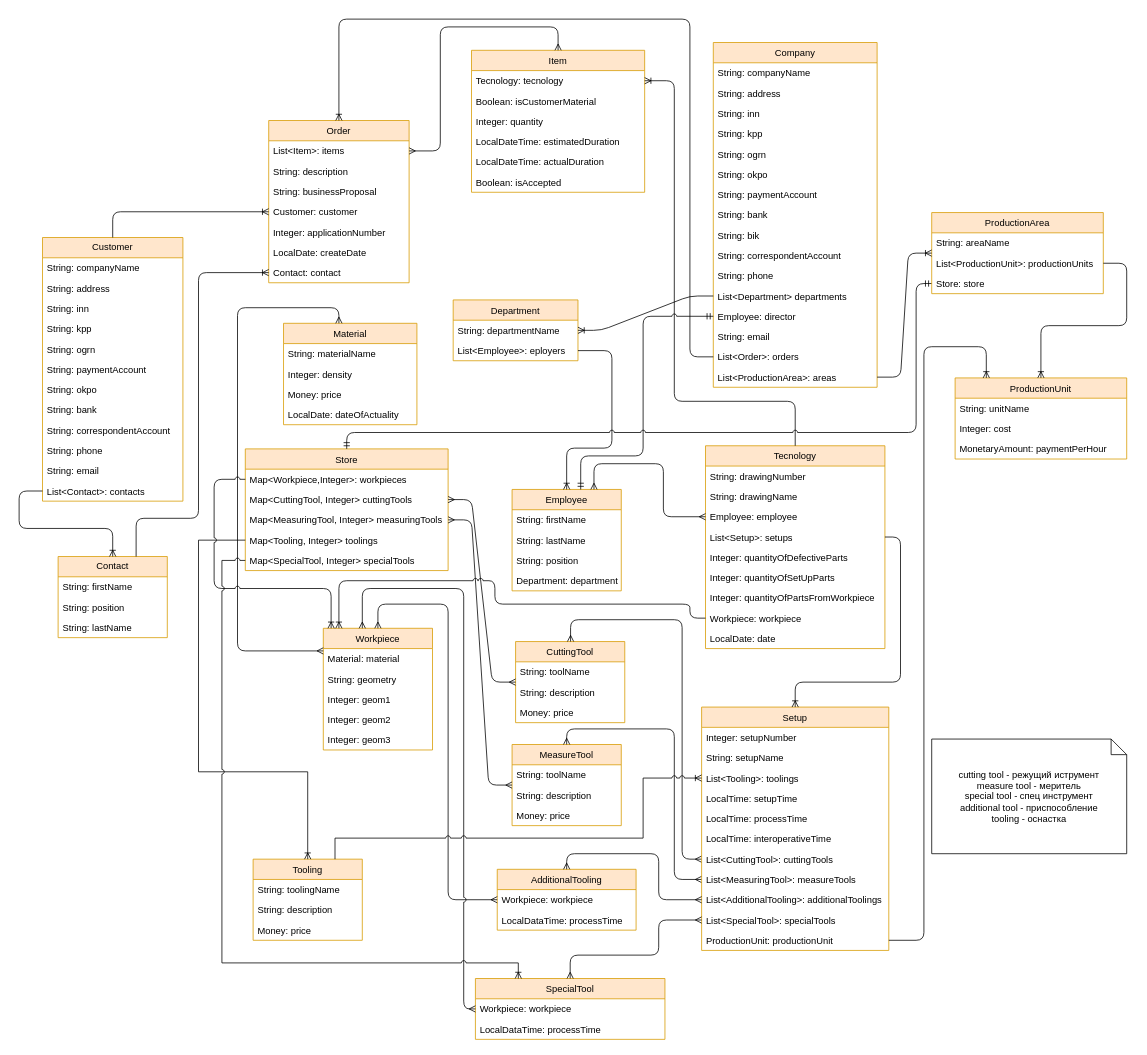
Above: erp.drawio in Shaman58/sfsb (draw.io), before the change. Source tidied: cells renumbered, new cells numbered last; positions are measured from the earlier drawing's top-left corner, leaving out a move shared by most shapes. Both pictures are drawn from the tidied source at 78%, with x=0, y=0 at pixel (19, 19).
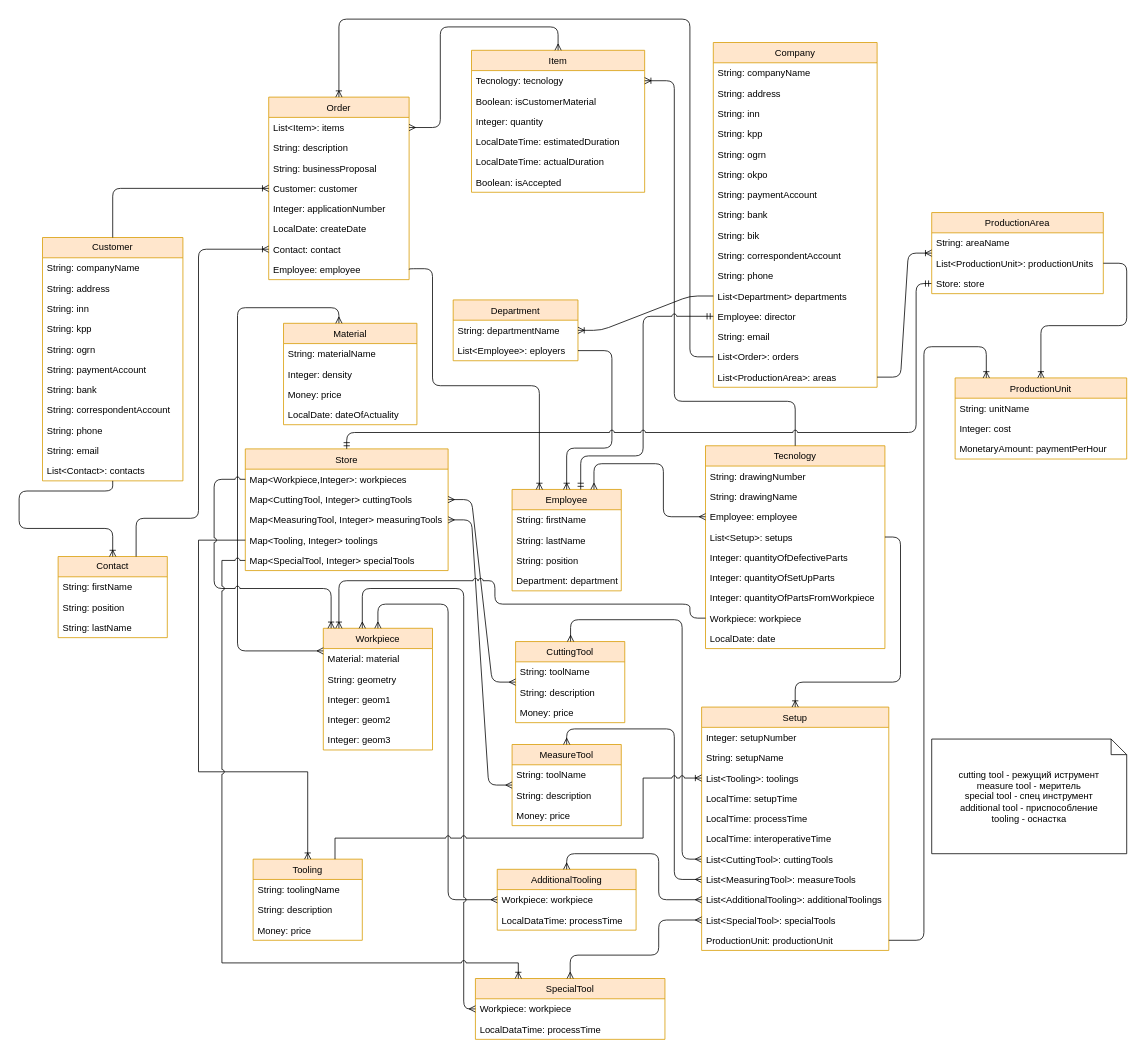
The same page after the edit.

Unchanged cells that the change refers to:
```xml
<mxCell id="3" value="List&lt;Item&gt;: items" style="text;strokeColor=none;fillColor=none;align=left;verticalAlign=top;spacingLeft=4;spacingRight=4;overflow=hidden;points=[[0,0.5],[1,0.5]];portConstraint=eastwest;" parent="2" vertex="1">
  <mxGeometry y="26" width="180" height="26" as="geometry" />
</mxCell>
<mxCell id="10" value="Item" style="swimlane;fontStyle=0;horizontal=1;startSize=26;fillColor=#ffe6cc;direction=east;strokeColor=#d79b00;" parent="1" vertex="1">
  <mxGeometry x="580" y="40" width="222" height="182" as="geometry" />
</mxCell>
<mxCell id="34" value="Employee" style="swimlane;fontStyle=0;horizontal=1;startSize=26;fillColor=#ffe6cc;fontSize=12;strokeColor=#d79b00;" parent="1" vertex="1">
  <mxGeometry x="632" y="603" width="140" height="130" as="geometry" />
</mxCell>
<mxCell id="148" value="Contact" style="swimlane;fontStyle=0;horizontal=1;startSize=26;fillColor=#ffe6cc;whiteSpace=wrap;html=1;strokeColor=#d79b00;" parent="1" vertex="1">
  <mxGeometry x="50" y="689" width="140" height="104" as="geometry" />
</mxCell>
```

The edit, as a diff of the source:
```diff
@@
     <mxCell id="2" value="Order" style="swimlane;fontStyle=0;horizontal=1;startSize=26;fillColor=#ffe6cc;swimlaneLine=1;strokeColor=#d79b00;" parent="1" vertex="1">
-      <mxGeometry x="320" y="130" width="180" height="208" as="geometry" />
+      <mxGeometry x="320" y="100" width="180" height="234" as="geometry" />
     </mxCell>
@@
+    <mxCell id="154" value="Contact: contact" style="text;strokeColor=none;fillColor=none;align=left;verticalAlign=top;spacingLeft=4;spacingRight=4;overflow=hidden;points=[[0,0.5],[1,0.5]];portConstraint=eastwest;fontColor=#000000;" parent="2" vertex="1">
+      <mxGeometry y="182" width="180" height="26" as="geometry" />
+    </mxCell>
-    <mxCell id="9" value="Contact: contact" style="text;strokeColor=none;fillColor=none;align=left;verticalAlign=top;spacingLeft=4;spacingRight=4;overflow=hidden;points=[[0,0.5],[1,0.5]];portConstraint=eastwest;fontColor=#000000;" parent="2" vertex="1">
-      <mxGeometry y="182" width="180" height="26" as="geometry" />
+    <mxCell id="9" value="Employee: employee" style="text;strokeColor=none;fillColor=none;align=left;verticalAlign=top;spacingLeft=4;spacingRight=4;overflow=hidden;points=[[0,0.5],[1,0.5]];portConstraint=eastwest;fontColor=#000000;" parent="2" vertex="1">
+      <mxGeometry y="208" width="180" height="26" as="geometry" />
     </mxCell>
@@
     <mxCell id="17" style="edgeStyle=orthogonalEdgeStyle;fontSize=12;html=1;endArrow=ERmany;startArrow=ERmany;exitX=1;exitY=0.5;exitDx=0;exitDy=0;" parent="1" edge="1" source="3" target="10">
       <mxGeometry relative="1" as="geometry">
         <Array as="points">
-          <mxPoint x="540" y="169" />
+          <mxPoint x="540" y="139" />
           <mxPoint x="540" y="10" />
           <mxPoint x="691" y="10" />
         </Array>
       </mxGeometry>
     </mxCell>
@@
     <mxCell id="134" value="Customer" style="swimlane;fontStyle=0;horizontal=1;startSize=26;fillColor=#ffe6cc;whiteSpace=wrap;html=1;strokeColor=#d79b00;" parent="1" vertex="1">
-      <mxGeometry x="30" y="280" width="180" height="338" as="geometry" />
+      <mxGeometry x="30" y="280" width="180" height="312" as="geometry" />
     </mxCell>
@@
-    <mxCell id="141" value="String: okpo" style="text;strokeColor=none;fillColor=none;align=left;verticalAlign=top;spacingLeft=4;spacingRight=4;overflow=hidden;" parent="134" vertex="1">
-      <mxGeometry y="182" width="180" height="26" as="geometry" />
-    </mxCell>
     <mxCell id="142" value="String: bank" style="text;strokeColor=none;fillColor=none;align=left;verticalAlign=top;spacingLeft=4;spacingRight=4;overflow=hidden;" parent="134" vertex="1">
-      <mxGeometry y="208" width="180" height="26" as="geometry" />
+      <mxGeometry y="182" width="180" height="26" as="geometry" />
     </mxCell>
     <mxCell id="143" value="String: correspondentAccount" style="text;strokeColor=none;fillColor=none;align=left;verticalAlign=top;spacingLeft=4;spacingRight=4;overflow=hidden;" parent="134" vertex="1">
-      <mxGeometry y="234" width="180" height="26" as="geometry" />
+      <mxGeometry y="208" width="180" height="26" as="geometry" />
     </mxCell>
     <mxCell id="144" value="String: phone" style="text;strokeColor=none;fillColor=none;align=left;verticalAlign=top;spacingLeft=4;spacingRight=4;overflow=hidden;" parent="134" vertex="1">
-      <mxGeometry y="260" width="180" height="26" as="geometry" />
+      <mxGeometry y="234" width="180" height="26" as="geometry" />
     </mxCell>
     <mxCell id="145" value="String: email" style="text;strokeColor=none;fillColor=none;align=left;verticalAlign=top;spacingLeft=4;spacingRight=4;overflow=hidden;" parent="134" vertex="1">
-      <mxGeometry y="286" width="180" height="26" as="geometry" />
+      <mxGeometry y="260" width="180" height="26" as="geometry" />
     </mxCell>
     <mxCell id="146" value="List&lt;Contact&gt;: contacts" style="text;strokeColor=none;fillColor=none;align=left;verticalAlign=top;spacingLeft=4;spacingRight=4;overflow=hidden;points=[[0,0.5],[1,0.5]];portConstraint=eastwest;" parent="134" vertex="1">
-      <mxGeometry y="312" width="180" height="26" as="geometry" />
+      <mxGeometry y="286" width="180" height="26" as="geometry" />
     </mxCell>
@@
-    <mxCell id="153" style="edgeStyle=orthogonalEdgeStyle;fontSize=12;html=1;endArrow=ERoneToMany;rounded=1;" parent="1" edge="1" source="148" target="9">
+    <mxCell id="153" style="edgeStyle=orthogonalEdgeStyle;fontSize=12;html=1;endArrow=ERoneToMany;rounded=1;entryX=0;entryY=0.5;entryDx=0;entryDy=0;" parent="1" edge="1" source="148" target="154">
       <mxGeometry relative="1" as="geometry">
         <Array as="points">
           <mxPoint x="150" y="640" />
           <mxPoint x="230" y="640" />
-          <mxPoint x="230" y="325" />
+          <mxPoint x="230" y="295" />
         </Array>
       </mxGeometry>
     </mxCell>
+    <mxCell id="155" style="edgeStyle=orthogonalEdgeStyle;fontSize=12;html=1;endArrow=ERoneToMany;rounded=1;entryX=0.25;entryY=0;entryDx=0;entryDy=0;exitX=1;exitY=0.5;exitDx=0;exitDy=0;" parent="1" edge="1" source="9" target="34">
+      <mxGeometry relative="1" as="geometry">
+        <Array as="points">
+          <mxPoint x="500" y="320" />
+          <mxPoint x="530" y="320" />
+          <mxPoint x="530" y="470" />
+          <mxPoint x="667" y="470" />
+        </Array>
+      </mxGeometry>
+    </mxCell>
```
